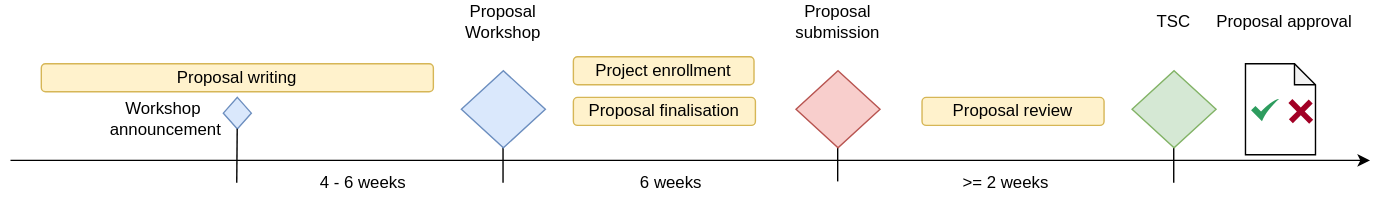
Earlier version of the draw.io export content/modules/compendium/assets/images/asam/proposal_phase_timeline.drawio.svg (asam-ev/asam-project-guide-content). Source tidied: cells renumbered, new cells last; positions are measured from the earlier drawing's top-left corner, leaving out a move shared by most shapes.
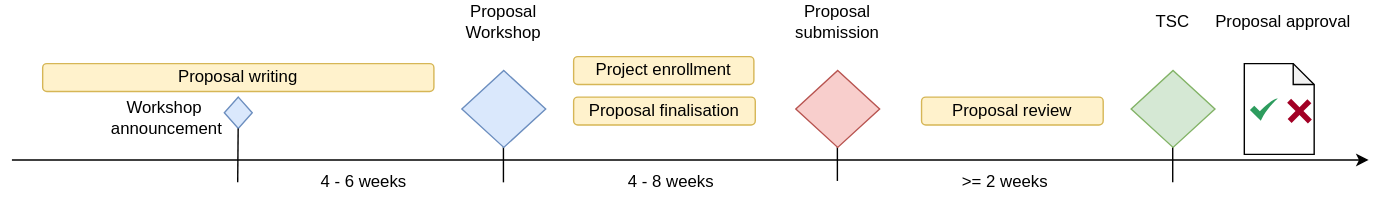
The same file after the commit.

Diff of the diagram source:
```diff
@@ -14,7 +14,7 @@
     <mxCell id="4" value="Proposal finalisation" style="rounded=1;whiteSpace=wrap;html=1;fillColor=#fff2cc;strokeColor=#d6b656;fontColor=#000000;" parent="1" vertex="1">
       <mxGeometry x="402" y="69" width="130" height="20" as="geometry" />
     </mxCell>
-    <mxCell id="5" value="6 weeks" style="text;html=1;strokeColor=none;fillColor=none;align=center;verticalAlign=middle;whiteSpace=wrap;rounded=0;fontColor=#000000;" parent="1" vertex="1">
+    <mxCell id="5" value="4 - 8 weeks" style="text;html=1;strokeColor=none;fillColor=none;align=center;verticalAlign=middle;whiteSpace=wrap;rounded=0;fontColor=#000000;" parent="1" vertex="1">
       <mxGeometry x="422" y="115" width="100" height="30" as="geometry" />
     </mxCell>
     <mxCell id="6" style="endArrow=none;html=1;strokeColor=#000000;" parent="1" edge="1">
```
